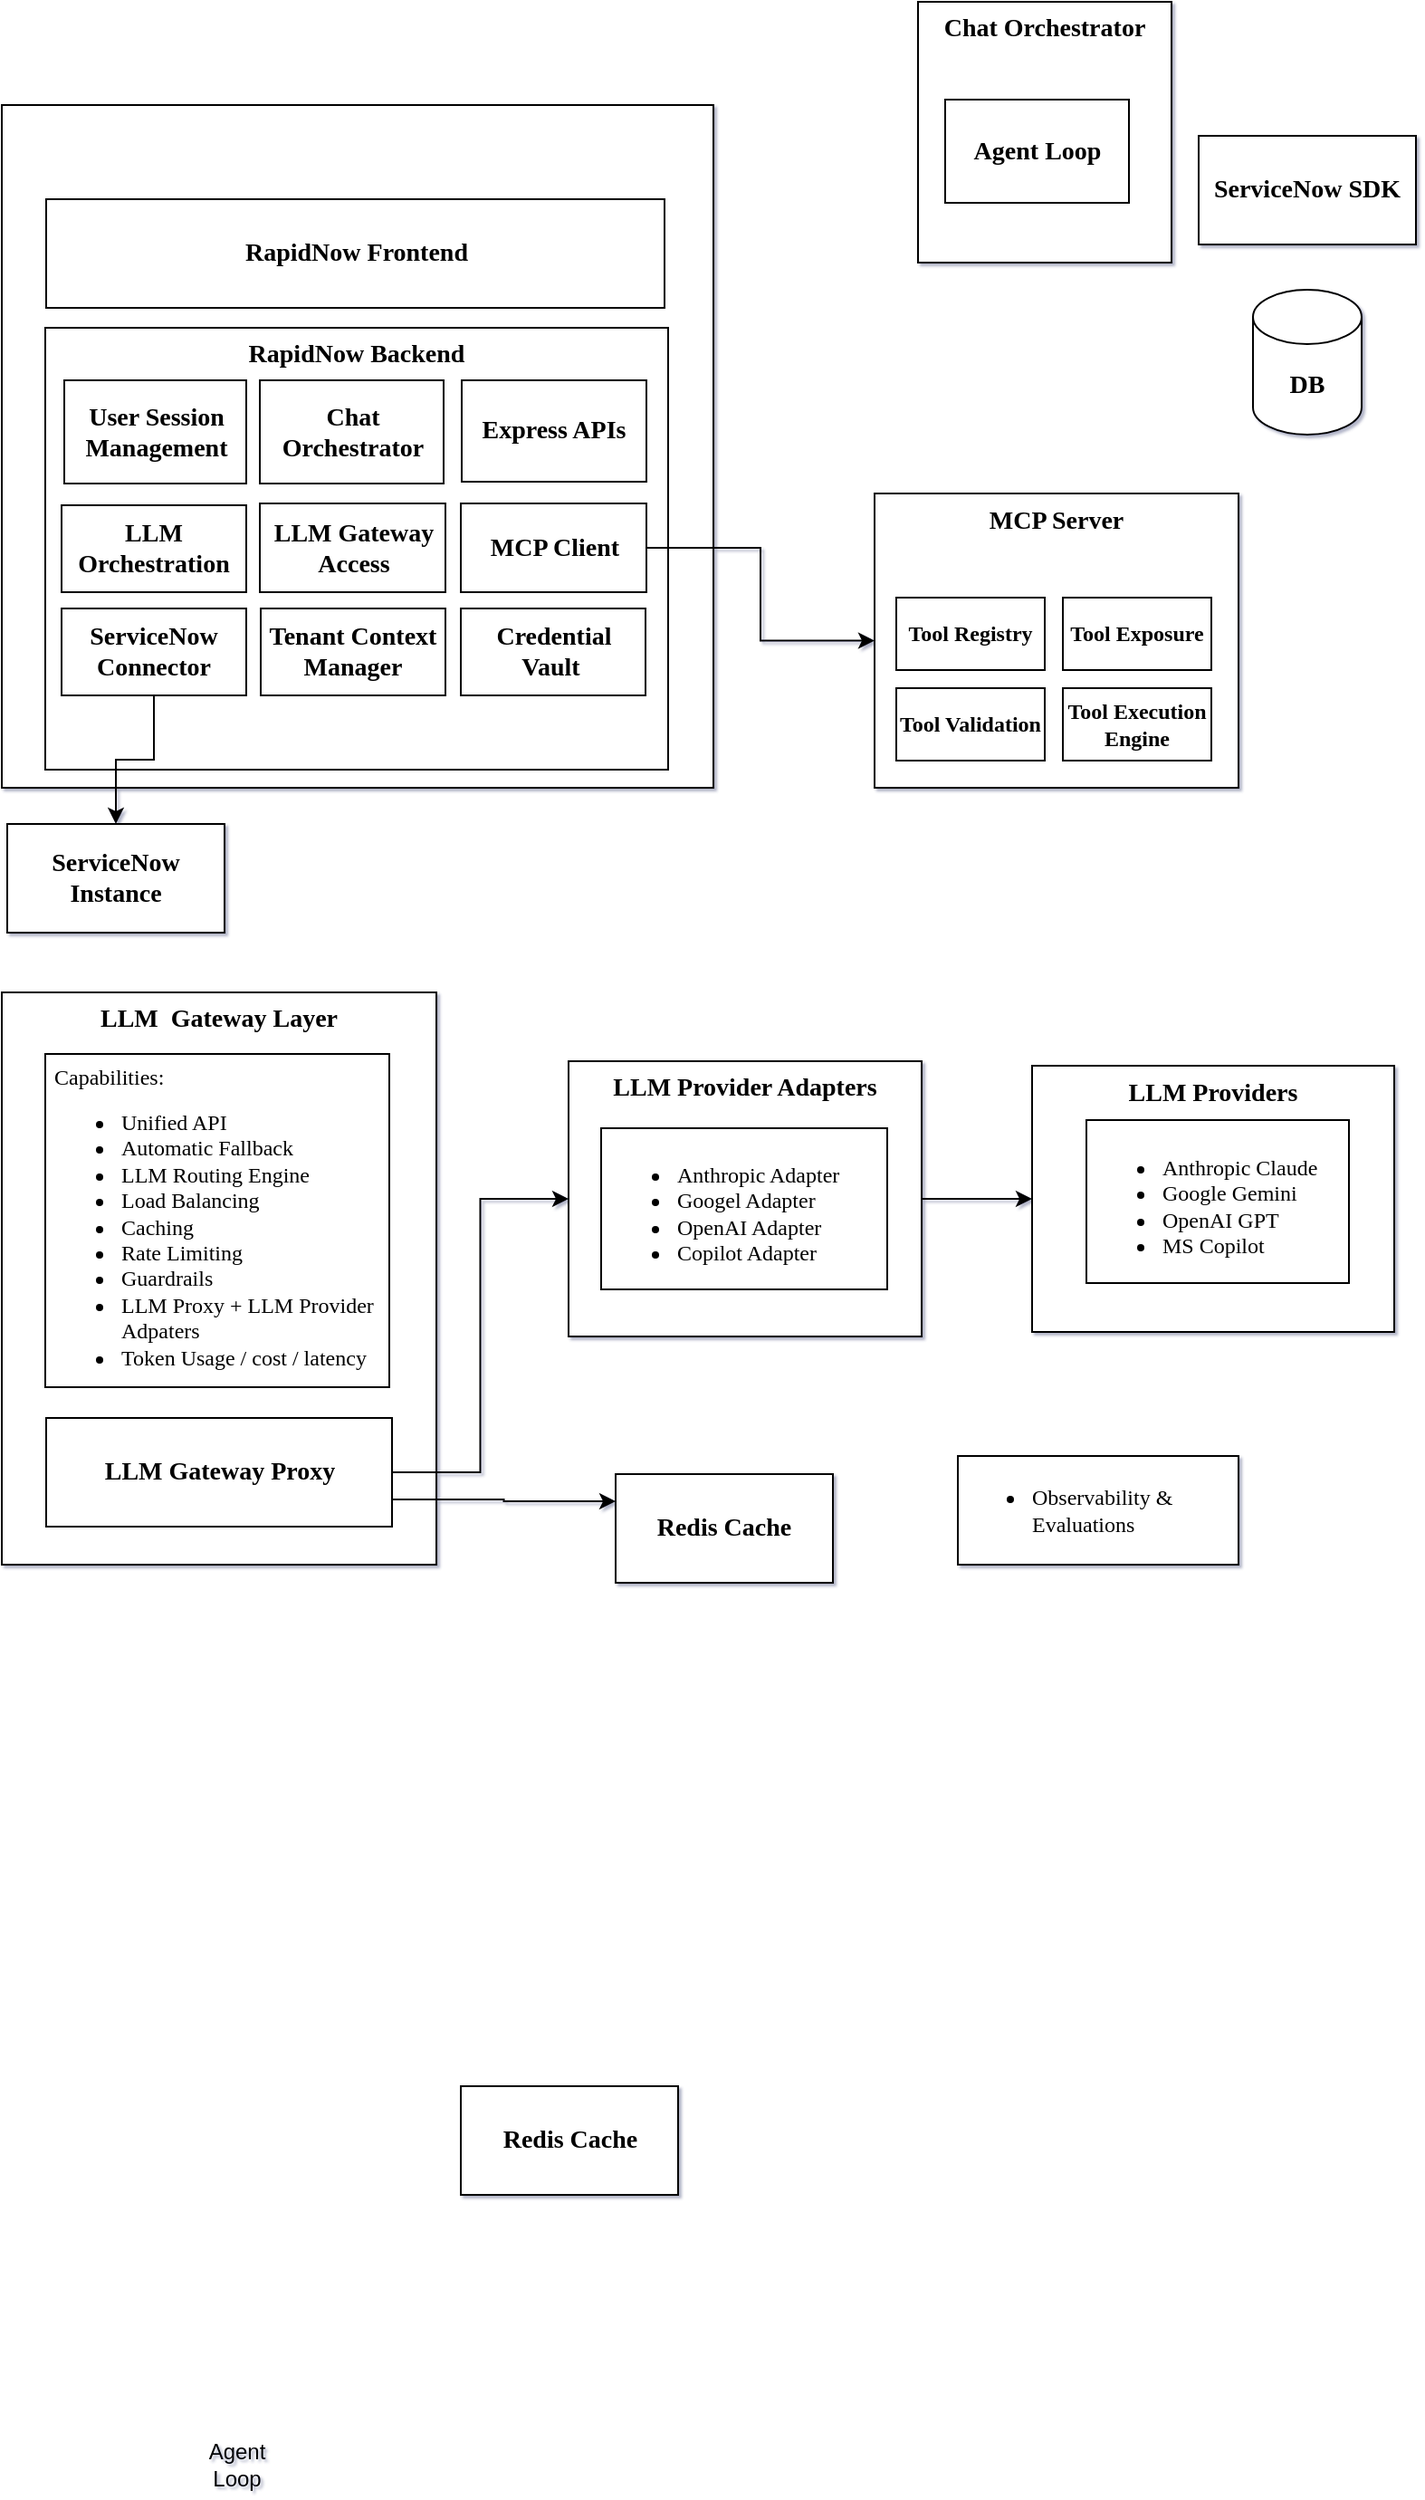
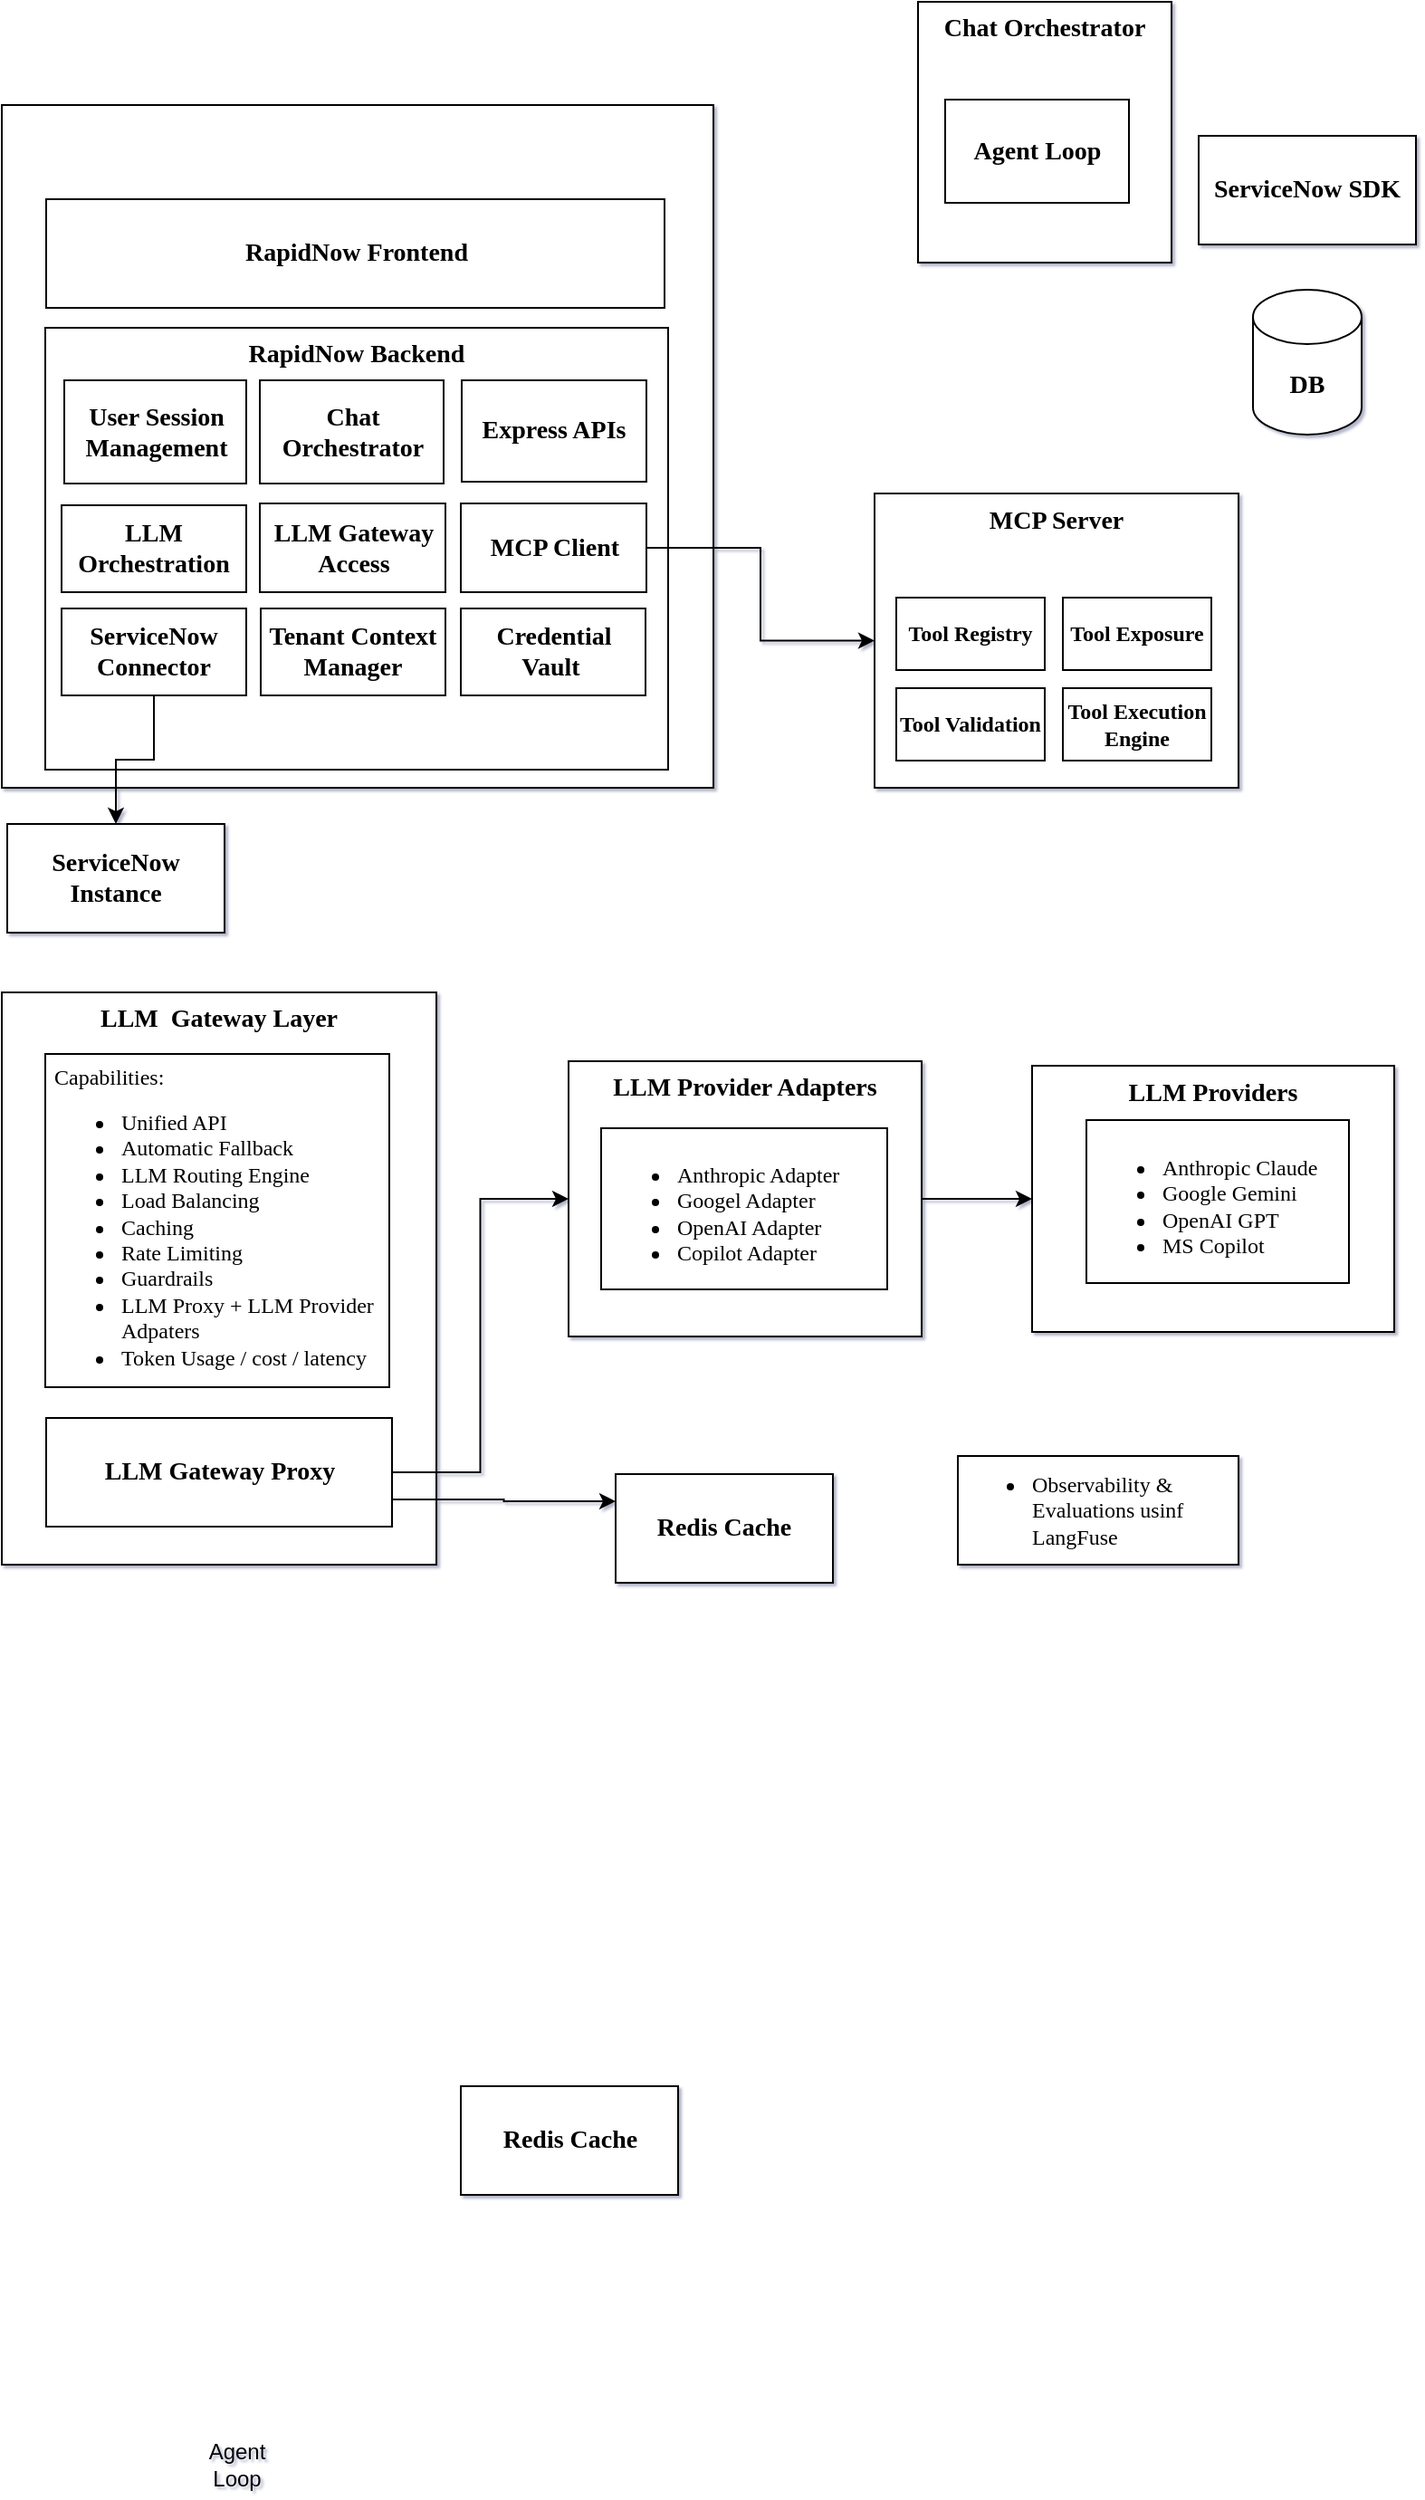
<mxfile host="app.diagrams.net">
  <diagram name="Page-1" id="b4t-OHUZPeLjAcX_frFG">
-     <mxGraphModel dx="901" dy="645" grid="0" gridSize="10" guides="1" tooltips="1" connect="1" arrows="1" fold="1" page="1" pageScale="1" pageWidth="850" pageHeight="1100" math="0" shadow="1">
+     <mxGraphModel dx="730" dy="522" grid="0" gridSize="10" guides="1" tooltips="1" connect="1" arrows="1" fold="1" page="1" pageScale="1" pageWidth="850" pageHeight="1100" math="0" shadow="1">
      <root>
        <mxCell id="0" />
        <mxCell id="1" parent="0" />
        <mxCell id="zII8FL1W6vDsOD84WCIU-38" parent="1" style="rounded=0;whiteSpace=wrap;html=1;fontFamily=Times New Roman;fontSize=14;fontStyle=1;verticalAlign=top;" value="Chat Orchestrator" vertex="1">
          <mxGeometry height="144" width="140" x="552" y="39" as="geometry" />
        </mxCell>
        <mxCell id="zII8FL1W6vDsOD84WCIU-14" parent="1" style="rounded=0;whiteSpace=wrap;html=1;fontFamily=Times New Roman;fontSize=14;fontStyle=1;verticalAlign=top;" value="MCP Server" vertex="1">
          <mxGeometry height="162.5" width="201" x="528" y="310.5" as="geometry" />
        </mxCell>
        <mxCell id="zII8FL1W6vDsOD84WCIU-24" parent="1" style="rounded=0;whiteSpace=wrap;html=1;" value="" vertex="1">
          <mxGeometry height="377" width="393" x="46" y="96" as="geometry" />
        </mxCell>
        <mxCell id="zII8FL1W6vDsOD84WCIU-20" parent="1" style="rounded=0;whiteSpace=wrap;html=1;fontFamily=Times New Roman;fontSize=14;fontStyle=1;verticalAlign=top;" value="RapidNow Backend" vertex="1">
          <mxGeometry height="244" width="344" x="70" y="219" as="geometry" />
        </mxCell>
        <mxCell id="zII8FL1W6vDsOD84WCIU-10" edge="1" parent="1" source="zII8FL1W6vDsOD84WCIU-7" style="edgeStyle=orthogonalEdgeStyle;rounded=0;orthogonalLoop=1;jettySize=auto;html=1;exitX=1;exitY=0.5;exitDx=0;exitDy=0;entryX=0;entryY=0.5;entryDx=0;entryDy=0;" target="zII8FL1W6vDsOD84WCIU-1">
          <mxGeometry relative="1" as="geometry" />
        </mxCell>
        <mxCell id="zII8FL1W6vDsOD84WCIU-7" parent="1" style="rounded=0;whiteSpace=wrap;html=1;fontFamily=Times New Roman;fontStyle=1;fontSize=14;verticalAlign=top;" value="LLM Provider Adapters" vertex="1">
          <mxGeometry height="152" width="195" x="359" y="624" as="geometry" />
        </mxCell>
        <mxCell id="zII8FL1W6vDsOD84WCIU-1" parent="1" style="rounded=0;whiteSpace=wrap;html=1;fontFamily=Times New Roman;fontSize=14;fontStyle=1;verticalAlign=top;" value="LLM Providers" vertex="1">
          <mxGeometry height="147" width="200" x="615" y="626.5" as="geometry" />
        </mxCell>
        <mxCell id="MyxVNCEdh3MRacfrhNUW-3" parent="1" style="rounded=0;whiteSpace=wrap;html=1;fontFamily=Times New Roman;verticalAlign=top;fontSize=14;fontStyle=1;movable=1;resizable=1;rotatable=1;deletable=1;editable=1;locked=0;connectable=1;" value="LLM&amp;nbsp; Gateway Layer" vertex="1">
          <mxGeometry height="316" width="240" x="46" y="586" as="geometry" />
        </mxCell>
        <mxCell id="MyxVNCEdh3MRacfrhNUW-2" parent="1" style="rounded=0;html=1;verticalAlign=top;labelBorderColor=none;fontFamily=Times New Roman;fontSize=12;align=left;labelBackgroundColor=none;whiteSpace=wrap;" value="&lt;div style=&quot;line-height: 100%;&quot;&gt;&lt;span style=&quot;background-color: transparent; color: light-dark(rgb(0, 0, 0), rgb(255, 255, 255));&quot;&gt;&amp;nbsp;Capabilities:&lt;/span&gt;&lt;/div&gt;&lt;ul&gt;&lt;li&gt;&lt;span style=&quot;color: light-dark(rgb(0, 0, 0), rgb(255, 255, 255));&quot;&gt;Unified API&lt;/span&gt;&lt;/li&gt;&lt;li&gt;Automatic Fallback&amp;nbsp;&lt;/li&gt;&lt;li style=&quot;&quot;&gt;LLM Routing Engine&lt;/li&gt;&lt;li style=&quot;&quot;&gt;Load Balancing&lt;/li&gt;&lt;li style=&quot;&quot;&gt;Caching&lt;/li&gt;&lt;li style=&quot;&quot;&gt;Rate Limiting&lt;/li&gt;&lt;li style=&quot;&quot;&gt;Guardrails&lt;/li&gt;&lt;li style=&quot;&quot;&gt;LLM Proxy + LLM Provider Adpaters&amp;nbsp;&lt;/li&gt;&lt;li style=&quot;&quot;&gt;Token Usage / cost / latency&lt;/li&gt;&lt;/ul&gt;" vertex="1">
          <mxGeometry height="184" width="190" x="70" y="620" as="geometry" />
        </mxCell>
        <mxCell id="zII8FL1W6vDsOD84WCIU-2" parent="1" style="rounded=0;whiteSpace=wrap;html=1;fontFamily=Times New Roman;verticalAlign=top;align=left;" value="&lt;ul&gt;&lt;li&gt;Anthropic Claude&lt;/li&gt;&lt;li&gt;Google Gemini&lt;/li&gt;&lt;li&gt;OpenAI GPT&lt;/li&gt;&lt;li&gt;MS Copilot&lt;/li&gt;&lt;/ul&gt;" vertex="1">
          <mxGeometry height="90" width="145" x="645" y="656.5" as="geometry" />
        </mxCell>
        <mxCell id="zII8FL1W6vDsOD84WCIU-9" edge="1" parent="1" source="zII8FL1W6vDsOD84WCIU-3" style="edgeStyle=orthogonalEdgeStyle;rounded=0;orthogonalLoop=1;jettySize=auto;html=1;exitX=1;exitY=0.5;exitDx=0;exitDy=0;entryX=0;entryY=0.5;entryDx=0;entryDy=0;" target="zII8FL1W6vDsOD84WCIU-7">
          <mxGeometry relative="1" as="geometry" />
        </mxCell>
        <mxCell id="zII8FL1W6vDsOD84WCIU-21" edge="1" parent="1" source="zII8FL1W6vDsOD84WCIU-3" style="edgeStyle=orthogonalEdgeStyle;rounded=0;orthogonalLoop=1;jettySize=auto;html=1;exitX=1;exitY=0.75;exitDx=0;exitDy=0;entryX=0;entryY=0.25;entryDx=0;entryDy=0;" target="zII8FL1W6vDsOD84WCIU-17">
          <mxGeometry relative="1" as="geometry" />
        </mxCell>
        <mxCell id="zII8FL1W6vDsOD84WCIU-3" parent="1" style="rounded=0;whiteSpace=wrap;html=1;" value="&lt;span style=&quot;font-family: &amp;quot;Times New Roman&amp;quot;; font-size: 14px; font-weight: 700;&quot;&gt;LLM Gateway Proxy&lt;/span&gt;" vertex="1">
          <mxGeometry height="60" width="191" x="70.5" y="821" as="geometry" />
        </mxCell>
        <mxCell id="zII8FL1W6vDsOD84WCIU-8" parent="1" style="rounded=0;whiteSpace=wrap;html=1;fontFamily=Times New Roman;align=left;verticalAlign=top;" value="&lt;ul&gt;&lt;li&gt;Anthropic Adapter&amp;nbsp;&lt;/li&gt;&lt;li&gt;Googel Adapter&lt;/li&gt;&lt;li&gt;OpenAI Adapter&amp;nbsp;&lt;/li&gt;&lt;li&gt;Copilot Adapter&lt;/li&gt;&lt;/ul&gt;" vertex="1">
          <mxGeometry height="89" width="158" x="377" y="661" as="geometry" />
        </mxCell>
        <mxCell id="zII8FL1W6vDsOD84WCIU-11" parent="1" style="rounded=0;whiteSpace=wrap;html=1;fontFamily=Times New Roman;fontSize=14;fontStyle=1;verticalAlign=middle;" value="ServiceNow Instance" vertex="1">
          <mxGeometry height="60" width="120" x="49" y="493" as="geometry" />
        </mxCell>
        <mxCell id="zII8FL1W6vDsOD84WCIU-32" edge="1" parent="1" source="zII8FL1W6vDsOD84WCIU-13" style="edgeStyle=orthogonalEdgeStyle;rounded=0;orthogonalLoop=1;jettySize=auto;html=1;exitX=1;exitY=0.5;exitDx=0;exitDy=0;entryX=0;entryY=0.5;entryDx=0;entryDy=0;" target="zII8FL1W6vDsOD84WCIU-14">
          <mxGeometry relative="1" as="geometry" />
        </mxCell>
        <mxCell id="zII8FL1W6vDsOD84WCIU-13" parent="1" style="rounded=0;whiteSpace=wrap;html=1;fontFamily=Times New Roman;fontSize=14;fontStyle=1;verticalAlign=middle;" value="MCP Client" vertex="1">
          <mxGeometry height="49" width="102.5" x="299.5" y="316" as="geometry" />
        </mxCell>
        <mxCell id="zII8FL1W6vDsOD84WCIU-15" parent="1" style="rounded=0;whiteSpace=wrap;html=1;fontFamily=Times New Roman;fontSize=14;fontStyle=1;verticalAlign=middle;" value="ServiceNow SDK" vertex="1">
          <mxGeometry height="60" width="120" x="707" y="113" as="geometry" />
        </mxCell>
        <mxCell id="zII8FL1W6vDsOD84WCIU-17" parent="1" style="rounded=0;whiteSpace=wrap;html=1;fontFamily=Times New Roman;fontSize=14;fontStyle=1;verticalAlign=middle;" value="Redis Cache" vertex="1">
          <mxGeometry height="60" width="120" x="385" y="852" as="geometry" />
        </mxCell>
        <mxCell id="zII8FL1W6vDsOD84WCIU-19" parent="1" style="rounded=0;whiteSpace=wrap;html=1;fontFamily=Times New Roman;fontSize=14;fontStyle=1;verticalAlign=middle;" value="RapidNow Frontend" vertex="1">
          <mxGeometry height="60" width="341.5" x="70.5" y="148" as="geometry" />
        </mxCell>
        <mxCell id="zII8FL1W6vDsOD84WCIU-23" parent="1" style="rounded=0;whiteSpace=wrap;html=1;fontFamily=Times New Roman;fontSize=14;fontStyle=1;verticalAlign=middle;" value="Chat Orchestrator" vertex="1">
          <mxGeometry height="57" width="101.5" x="188.5" y="248" as="geometry" />
        </mxCell>
        <mxCell id="zII8FL1W6vDsOD84WCIU-25" parent="1" style="rounded=0;whiteSpace=wrap;html=1;fontFamily=Times New Roman;fontSize=14;fontStyle=1;verticalAlign=middle;" value="LLM Orchestration" vertex="1">
          <mxGeometry height="48" width="102" x="79" y="317" as="geometry" />
        </mxCell>
        <mxCell id="zII8FL1W6vDsOD84WCIU-26" parent="1" style="rounded=0;whiteSpace=wrap;html=1;fontFamily=Times New Roman;fontSize=14;fontStyle=1;verticalAlign=middle;" value="LLM Gateway Access" vertex="1">
          <mxGeometry height="49" width="102.5" x="188.5" y="316" as="geometry" />
        </mxCell>
        <mxCell id="zII8FL1W6vDsOD84WCIU-28" parent="1" style="rounded=0;whiteSpace=wrap;html=1;fontFamily=Times New Roman;fontSize=14;fontStyle=1;verticalAlign=middle;" value="User Session Management" vertex="1">
          <mxGeometry height="57" width="100.5" x="80.5" y="248" as="geometry" />
        </mxCell>
        <mxCell id="zII8FL1W6vDsOD84WCIU-30" parent="1" style="rounded=0;whiteSpace=wrap;html=1;fontFamily=Times New Roman;fontSize=14;fontStyle=1;verticalAlign=middle;" value="Express APIs" vertex="1">
          <mxGeometry height="56" width="102" x="300" y="248" as="geometry" />
        </mxCell>
        <mxCell id="zII8FL1W6vDsOD84WCIU-31" parent="1" style="shape=cylinder3;whiteSpace=wrap;html=1;boundedLbl=1;backgroundOutline=1;size=15;fontFamily=Times New Roman;fontStyle=1;fontSize=14;" value="DB" vertex="1">
          <mxGeometry height="80" width="60" x="737" y="198" as="geometry" />
        </mxCell>
        <mxCell id="zII8FL1W6vDsOD84WCIU-36" edge="1" parent="1" source="zII8FL1W6vDsOD84WCIU-33" style="edgeStyle=orthogonalEdgeStyle;rounded=0;orthogonalLoop=1;jettySize=auto;html=1;exitX=0.5;exitY=1;exitDx=0;exitDy=0;" target="zII8FL1W6vDsOD84WCIU-11">
          <mxGeometry relative="1" as="geometry" />
        </mxCell>
        <mxCell id="zII8FL1W6vDsOD84WCIU-33" parent="1" style="rounded=0;whiteSpace=wrap;html=1;fontFamily=Times New Roman;fontSize=14;fontStyle=1;verticalAlign=middle;" value="ServiceNow Connector" vertex="1">
          <mxGeometry height="48" width="102" x="79" y="374" as="geometry" />
        </mxCell>
        <mxCell id="zII8FL1W6vDsOD84WCIU-34" parent="1" style="rounded=0;whiteSpace=wrap;html=1;fontFamily=Times New Roman;fontStyle=1" value="Tool Registry" vertex="1">
          <mxGeometry height="40" width="82" x="540" y="368" as="geometry" />
        </mxCell>
        <mxCell id="zII8FL1W6vDsOD84WCIU-35" parent="1" style="rounded=0;whiteSpace=wrap;html=1;fontFamily=Times New Roman;fontSize=14;fontStyle=1;verticalAlign=middle;" value="Tenant Context Manager" vertex="1">
          <mxGeometry height="48" width="102" x="189" y="374" as="geometry" />
        </mxCell>
        <mxCell id="zII8FL1W6vDsOD84WCIU-37" parent="1" style="rounded=0;whiteSpace=wrap;html=1;fontFamily=Times New Roman;fontStyle=1" value="Tool Exposure" vertex="1">
          <mxGeometry height="40" width="82" x="632" y="368" as="geometry" />
        </mxCell>
        <mxCell id="zII8FL1W6vDsOD84WCIU-39" parent="1" style="rounded=0;whiteSpace=wrap;html=1;fontFamily=Times New Roman;fontSize=14;fontStyle=1;verticalAlign=middle;" value="Agent Loop" vertex="1">
          <mxGeometry height="57" width="101.5" x="567" y="93" as="geometry" />
        </mxCell>
        <mxCell id="zII8FL1W6vDsOD84WCIU-40" parent="1" style="rounded=0;whiteSpace=wrap;html=1;fontFamily=Times New Roman;fontStyle=1" value="Tool Validation" vertex="1">
          <mxGeometry height="40" width="82" x="540" y="418" as="geometry" />
        </mxCell>
        <mxCell id="zII8FL1W6vDsOD84WCIU-42" parent="1" style="rounded=0;whiteSpace=wrap;html=1;fontFamily=Times New Roman;fontStyle=1" value="Tool Execution Engine" vertex="1">
          <mxGeometry height="40" width="82" x="632" y="418" as="geometry" />
        </mxCell>
        <mxCell id="zII8FL1W6vDsOD84WCIU-43" parent="1" style="rounded=0;whiteSpace=wrap;html=1;fontFamily=Times New Roman;fontSize=14;fontStyle=1;verticalAlign=middle;" value="Credential Vault&amp;nbsp;" vertex="1">
          <mxGeometry height="48" width="102" x="299.5" y="374" as="geometry" />
        </mxCell>
        <mxCell id="JEUizxt-pyhx6dGXGkAJ-1" parent="1" style="rounded=0;whiteSpace=wrap;html=1;fontFamily=Times New Roman;fontSize=14;fontStyle=1;verticalAlign=middle;" value="Redis Cache" vertex="1">
          <mxGeometry height="60" width="120" x="299.5" y="1190" as="geometry" />
        </mxCell>
        <mxCell id="JEUizxt-pyhx6dGXGkAJ-2" parent="1" style="text;html=1;whiteSpace=wrap;strokeColor=none;fillColor=none;align=center;verticalAlign=middle;rounded=0;" value="Agent Loop" vertex="1">
          <mxGeometry height="30" width="60" x="146" y="1384" as="geometry" />
        </mxCell>
-         <mxCell id="JEUizxt-pyhx6dGXGkAJ-3" parent="1" style="rounded=0;whiteSpace=wrap;html=1;" value="&lt;ul style=&quot;font-family: &amp;quot;Times New Roman&amp;quot;; text-align: left;&quot;&gt;&lt;li&gt;Observability &amp;amp; Evaluations&lt;/li&gt;&lt;/ul&gt;" vertex="1">
+         <mxCell id="JEUizxt-pyhx6dGXGkAJ-3" parent="1" style="rounded=0;whiteSpace=wrap;html=1;" value="&lt;ul style=&quot;font-family: &amp;quot;Times New Roman&amp;quot;; text-align: left;&quot;&gt;&lt;li&gt;Observability &amp;amp; Evaluations usinf LangFuse&lt;/li&gt;&lt;/ul&gt;" vertex="1">
          <mxGeometry height="60" width="155" x="574" y="842" as="geometry" />
        </mxCell>
      </root>
    </mxGraphModel>
  </diagram>
</mxfile>
